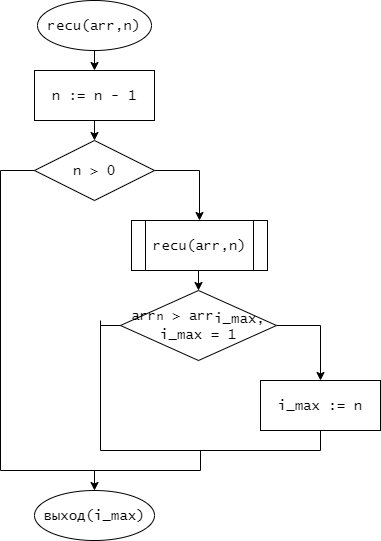
Above: лр7/recu.png in Aprokun/- (draw.io), before the change. Source tidied: cells renumbered, new cells last; positions are measured from the earlier drawing's top-left corner, leaving out a move shared by most shapes.
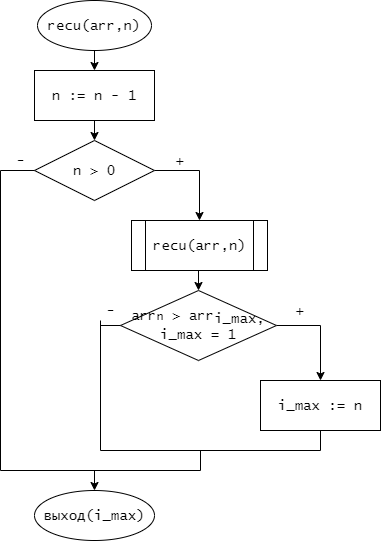
Above is the later version.

Diff of the diagram source:
```diff
@@ -90,5 +90,17 @@
         <mxPoint x="94" y="470" as="sourcePoint" />
       </mxGeometry>
     </mxCell>
+    <mxCell id="23" value="+" style="text;html=1;align=center;verticalAlign=middle;fontSize=14;fontFamily=Lucida Console;" parent="1" vertex="1">
+      <mxGeometry x="170" y="150" width="20" height="20" as="geometry" />
+    </mxCell>
+    <mxCell id="24" value="-" style="text;html=1;align=center;verticalAlign=middle;fontSize=14;fontFamily=Lucida Console;" parent="1" vertex="1">
+      <mxGeometry x="10" y="150" width="20" height="20" as="geometry" />
+    </mxCell>
+    <mxCell id="25" value="+" style="text;html=1;align=center;verticalAlign=middle;fontSize=14;fontFamily=Lucida Console;" parent="1" vertex="1">
+      <mxGeometry x="290" y="300" width="20" height="20" as="geometry" />
+    </mxCell>
+    <mxCell id="26" value="-" style="text;html=1;align=center;verticalAlign=middle;fontSize=14;fontFamily=Lucida Console;" parent="1" vertex="1">
+      <mxGeometry x="100" y="300" width="20" height="20" as="geometry" />
+    </mxCell>
   </root>
 </mxGraphModel>
```
